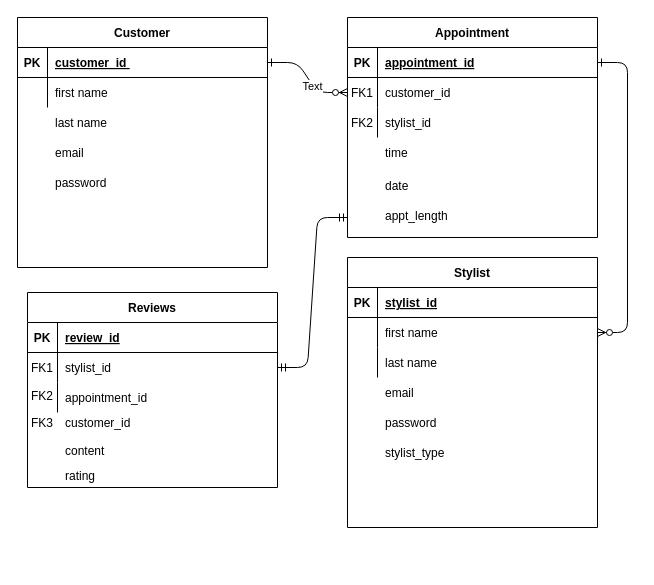
This is diagram.drawio from giegeralexandra/BeautyMe, a draw.io file, before an edit. Source tidied: cells renumbered, new cells numbered last; positions are measured from the earlier drawing's top-left corner, leaving out a move shared by most shapes. Both pictures are drawn from the tidied source at 100%, with x=0, y=0 at pixel (17, 17).
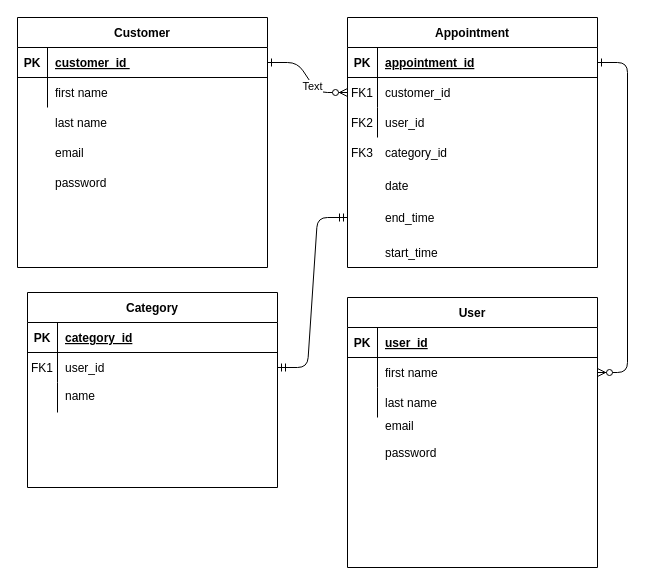
Above is the later version.

Commit message (it also covers changes not shown here):
changed customer_attributes= method to show customer errors in nested appointments form

Unchanged cells that the change refers to:
```xml
<mxCell id="12" style="shape=partialRectangle;fillColor=none;top=0;left=0;right=0;bottom=0;" parent="5" vertex="1">
  <mxGeometry y="90" width="250" height="30" as="geometry" />
</mxCell>
<mxCell id="16" style="shape=partialRectangle;fillColor=none;top=0;left=0;right=0;bottom=1;" parent="15" vertex="1">
  <mxGeometry y="30" width="250" height="30" as="geometry" />
</mxCell>
<mxCell id="41" style="shape=partialRectangle;fillColor=none;top=0;left=0;right=0;bottom=1;" parent="40" vertex="1">
  <mxGeometry y="30" width="250" height="30" as="geometry" />
</mxCell>
<mxCell id="44" style="shape=partialRectangle;fillColor=none;points=[[0,0.5],[1,0.5]];portConstraint=eastwest;top=0;left=0;right=0;bottom=0;" parent="40" vertex="1">
  <mxGeometry y="60" width="250" height="30" as="geometry" />
</mxCell>
<mxCell id="47" style="shape=partialRectangle;fillColor=none;top=0;left=0;right=0;bottom=0;" parent="40" vertex="1">
  <mxGeometry y="90" width="250" height="30" as="geometry" />
</mxCell>
```

The edit, as a diff of the source:
```diff
@@
     <mxCell id="5" value="Appointment" style="shape=table;startSize=30;childLayout=tableLayout;rowLines=0;fontStyle=1;align=center;" parent="1" vertex="1">
-      <mxGeometry x="330" width="250" height="220" as="geometry" />
+      <mxGeometry x="330" width="250" height="250" as="geometry" />
     </mxCell>
@@
-    <mxCell id="14" value="stylist_id" style="shape=partialRectangle;overflow=hidden;fillColor=none;top=0;left=0;bottom=0;right=0;align=left;spacingLeft=6;" parent="12" vertex="1">
+    <mxCell id="14" value="user_id" style="shape=partialRectangle;overflow=hidden;fillColor=none;top=0;left=0;bottom=0;right=0;align=left;spacingLeft=6;" parent="12" vertex="1">
       <mxGeometry x="30" width="220" height="30" as="geometry" />
     </mxCell>
-    <mxCell id="15" value="Stylist" style="shape=table;startSize=30;childLayout=tableLayout;rowLines=0;fontStyle=1;align=center;" parent="1" vertex="1">
-      <mxGeometry x="330" y="240" width="250" height="270" as="geometry" />
+    <mxCell id="15" value="User" style="shape=table;startSize=30;childLayout=tableLayout;rowLines=0;fontStyle=1;align=center;" parent="1" vertex="1">
+      <mxGeometry x="330" y="280" width="250" height="270" as="geometry" />
     </mxCell>
@@
-    <mxCell id="18" value="stylist_id" style="shape=partialRectangle;overflow=hidden;fillColor=none;top=0;left=0;bottom=0;right=0;align=left;spacingLeft=6;fontStyle=5;" parent="16" vertex="1">
+    <mxCell id="18" value="user_id" style="shape=partialRectangle;overflow=hidden;fillColor=none;top=0;left=0;bottom=0;right=0;align=left;spacingLeft=6;fontStyle=5;" parent="16" vertex="1">
       <mxGeometry x="30" width="220" height="30" as="geometry" />
     </mxCell>
@@
-    <mxCell id="35" value="time" style="shape=partialRectangle;overflow=hidden;fillColor=none;top=0;left=0;bottom=0;right=0;align=left;spacingLeft=6;" parent="1" vertex="1">
-      <mxGeometry x="360" y="120" width="220" height="30" as="geometry" />
+    <mxCell id="35" value="start_time" style="shape=partialRectangle;overflow=hidden;fillColor=none;top=0;left=0;bottom=0;right=0;align=left;spacingLeft=6;" parent="1" vertex="1">
+      <mxGeometry x="360" y="220" width="220" height="30" as="geometry" />
     </mxCell>
@@
     <mxCell id="37" value="email" style="shape=partialRectangle;overflow=hidden;fillColor=none;top=0;left=0;bottom=0;right=0;align=left;spacingLeft=6;" parent="1" vertex="1">
-      <mxGeometry x="360" y="360" width="220" height="30" as="geometry" />
+      <mxGeometry x="360" y="393" width="220" height="30" as="geometry" />
     </mxCell>
     <mxCell id="38" value="password" style="shape=partialRectangle;overflow=hidden;fillColor=none;top=0;left=0;bottom=0;right=0;align=left;spacingLeft=6;" parent="1" vertex="1">
-      <mxGeometry x="360" y="390" width="220" height="30" as="geometry" />
+      <mxGeometry x="360" y="420" width="220" height="30" as="geometry" />
     </mxCell>
-    <mxCell id="39" value="appt_length&#10;" style="shape=partialRectangle;overflow=hidden;fillColor=none;top=0;left=0;bottom=0;right=0;align=left;spacingLeft=6;" parent="1" vertex="1">
-      <mxGeometry x="360" y="190" width="220" height="30" as="geometry" />
+    <mxCell id="39" value="end_time" style="shape=partialRectangle;overflow=hidden;fillColor=none;top=0;left=0;bottom=0;right=0;align=left;spacingLeft=6;" parent="1" vertex="1">
+      <mxGeometry x="360" y="185" width="220" height="30" as="geometry" />
     </mxCell>
-    <mxCell id="40" value="Reviews" style="shape=table;startSize=30;childLayout=tableLayout;rowLines=0;fontStyle=1;align=center;" parent="1" vertex="1">
+    <mxCell id="40" value="Category" style="shape=table;startSize=30;childLayout=tableLayout;rowLines=0;fontStyle=1;align=center;" parent="1" vertex="1">
       <mxGeometry x="10" y="275" width="250" height="195" as="geometry" />
     </mxCell>
@@
-    <mxCell id="43" value="review_id" style="shape=partialRectangle;overflow=hidden;fillColor=none;top=0;left=0;bottom=0;right=0;align=left;spacingLeft=6;fontStyle=5;" parent="41" vertex="1">
+    <mxCell id="43" value="category_id" style="shape=partialRectangle;overflow=hidden;fillColor=none;top=0;left=0;bottom=0;right=0;align=left;spacingLeft=6;fontStyle=5;" parent="41" vertex="1">
       <mxGeometry x="30" width="220" height="30" as="geometry" />
     </mxCell>
@@
-    <mxCell id="46" value="stylist_id" style="shape=partialRectangle;overflow=hidden;fillColor=none;top=0;left=0;bottom=0;right=0;align=left;spacingLeft=6;" parent="44" vertex="1">
+    <mxCell id="46" value="user_id" style="shape=partialRectangle;overflow=hidden;fillColor=none;top=0;left=0;bottom=0;right=0;align=left;spacingLeft=6;" parent="44" vertex="1">
       <mxGeometry x="30" width="220" height="30" as="geometry" />
     </mxCell>
@@
-    <mxCell id="49" value="appointment_id " style="shape=partialRectangle;overflow=hidden;fillColor=none;top=0;left=0;bottom=0;right=0;align=left;spacingLeft=6;" parent="47" vertex="1">
+    <mxCell id="49" style="shape=partialRectangle;overflow=hidden;fillColor=none;top=0;left=0;bottom=0;right=0;align=left;spacingLeft=6;" parent="47" vertex="1">
       <mxGeometry x="30" width="220" height="30" as="geometry" />
     </mxCell>
-    <mxCell id="50" value="customer_id" style="shape=partialRectangle;overflow=hidden;fillColor=none;top=0;left=0;bottom=0;right=0;align=left;spacingLeft=6;" parent="1" vertex="1">
-      <mxGeometry x="40" y="390" width="220" height="30" as="geometry" />
-    </mxCell>
-    <mxCell id="51" value="content" style="shape=partialRectangle;overflow=hidden;fillColor=none;top=0;left=0;bottom=0;right=0;align=left;spacingLeft=6;" parent="1" vertex="1">
-      <mxGeometry x="40" y="418" width="220" height="30" as="geometry" />
+    <mxCell id="51" value="name" style="shape=partialRectangle;overflow=hidden;fillColor=none;top=0;left=0;bottom=0;right=0;align=left;spacingLeft=6;" parent="1" vertex="1">
+      <mxGeometry x="40" y="363" width="220" height="30" as="geometry" />
     </mxCell>
-    <mxCell id="52" value="rating&#10;" style="shape=partialRectangle;overflow=hidden;fillColor=none;top=0;left=0;bottom=0;right=0;align=left;spacingLeft=6;" parent="1" vertex="1">
-      <mxGeometry x="40" y="450" width="220" height="30" as="geometry" />
-    </mxCell>
@@
-    <mxCell id="54" value="FK2" style="shape=partialRectangle;overflow=hidden;fillColor=none;top=0;left=0;bottom=0;right=0;" parent="1" vertex="1">
-      <mxGeometry x="10" y="363" width="30" height="30" as="geometry" />
-    </mxCell>
+    <mxCell id="56" value="FK2" style="shape=partialRectangle;overflow=hidden;fillColor=none;top=0;left=0;bottom=0;right=0;" parent="1" vertex="1">
+      <mxGeometry x="330" y="90" width="30" height="30" as="geometry" />
+    </mxCell>
+    <mxCell id="58" value="category_id" style="shape=partialRectangle;overflow=hidden;fillColor=none;top=0;left=0;bottom=0;right=0;align=left;spacingLeft=6;" parent="1" vertex="1">
+      <mxGeometry x="360" y="120" width="220" height="30" as="geometry" />
+    </mxCell>
     <mxCell id="55" value="FK3" style="shape=partialRectangle;overflow=hidden;fillColor=none;top=0;left=0;bottom=0;right=0;" parent="1" vertex="1">
-      <mxGeometry x="10" y="390" width="30" height="30" as="geometry" />
+      <mxGeometry x="330" y="120" width="30" height="30" as="geometry" />
     </mxCell>
-    <mxCell id="56" value="FK2" style="shape=partialRectangle;overflow=hidden;fillColor=none;top=0;left=0;bottom=0;right=0;" parent="1" vertex="1">
-      <mxGeometry x="330" y="90" width="30" height="30" as="geometry" />
-    </mxCell>
-    <mxCell id="57" value="stylist_type" style="shape=partialRectangle;overflow=hidden;fillColor=none;top=0;left=0;bottom=0;right=0;align=left;spacingLeft=6;" parent="1" vertex="1">
-      <mxGeometry x="360" y="420" width="220" height="30" as="geometry" />
-    </mxCell>
```
